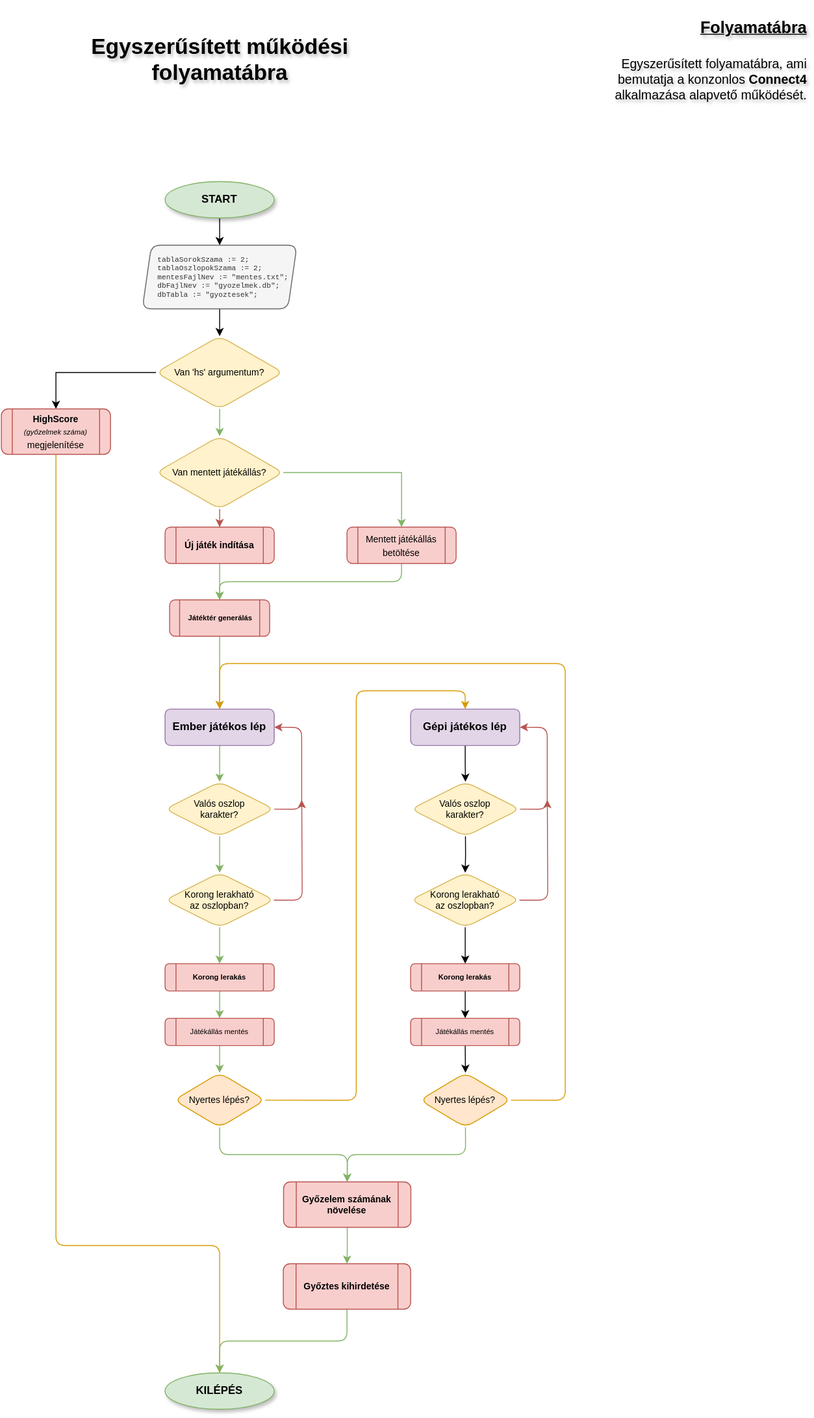
Earlier version of the draw.io export docs/connect4.svg (ozs-nye/connect4). Source tidied: cells renumbered, new cells last; positions are measured from the earlier drawing's top-left corner, leaving out a move shared by most shapes.
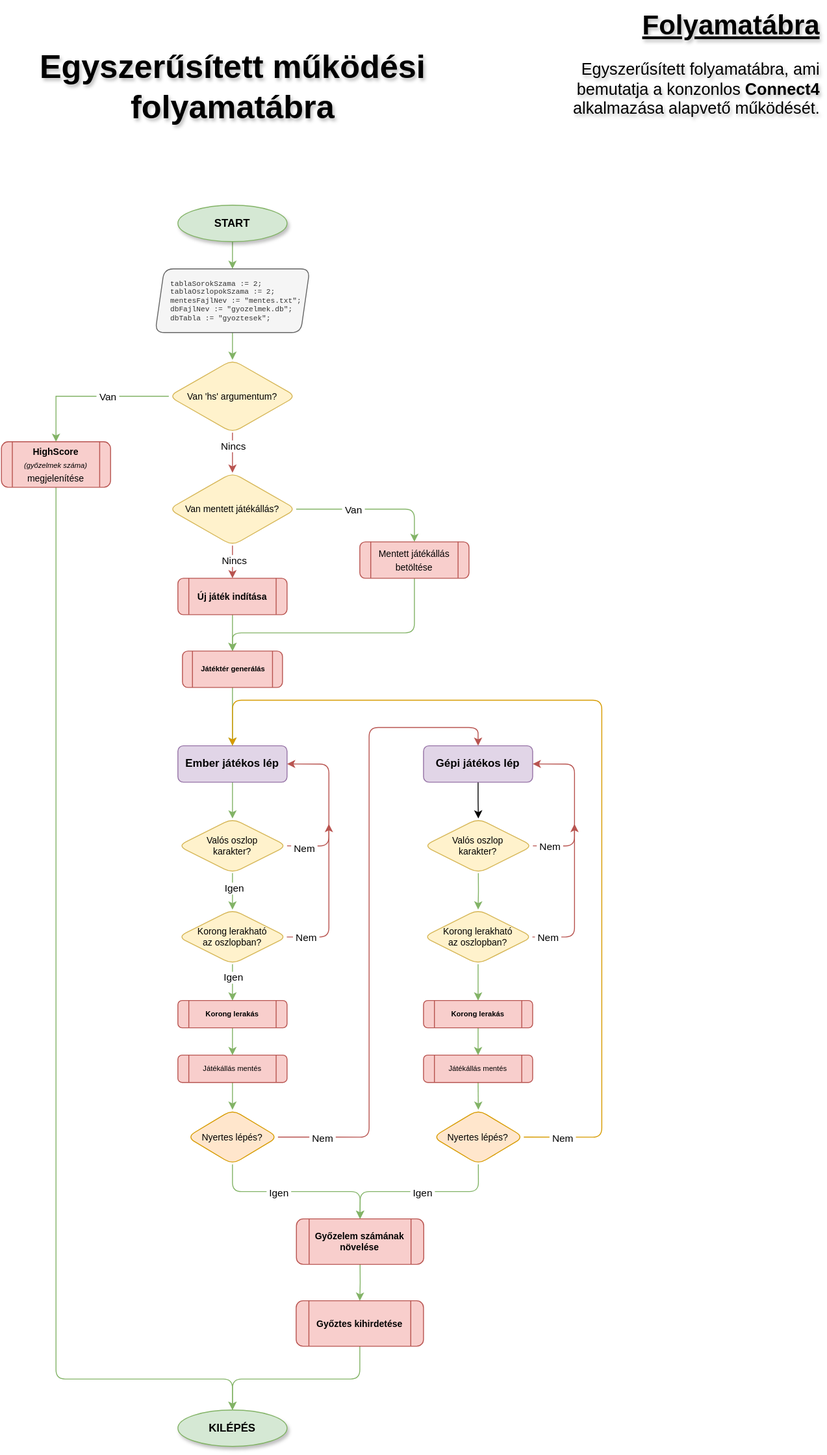
The same diagram one commit later.

Commit message:
működési ábra frissítés

The edit, as a diff of the source:
```diff
@@ -4,3 +4,3 @@
     <mxCell id="1" parent="0" />
-    <mxCell id="2" style="edgeStyle=orthogonalEdgeStyle;rounded=0;jettySize=auto;html=1;entryX=0.5;entryY=0;entryDx=0;entryDy=0;" parent="1" edge="1" source="3" target="5">
+    <mxCell id="2" style="edgeStyle=orthogonalEdgeStyle;rounded=0;jettySize=auto;html=1;entryX=0.5;entryY=0;entryDx=0;entryDy=0;fillColor=#d5e8d4;strokeColor=#82b366;" parent="1" edge="1" source="3" target="5">
       <mxGeometry relative="1" as="geometry" />
@@ -8,5 +8,5 @@
     <mxCell id="3" value="START" style="ellipse;whiteSpace=wrap;html=1;fontStyle=1;fillColor=#d5e8d4;strokeColor=#82b366;shadow=1;" parent="1" vertex="1">
-      <mxGeometry x="180" y="194" width="120" height="40" as="geometry" />
+      <mxGeometry x="180" y="180" width="120" height="40" as="geometry" />
     </mxCell>
-    <mxCell id="4" style="edgeStyle=orthogonalEdgeStyle;rounded=0;jettySize=auto;html=1;entryX=0.5;entryY=0;entryDx=0;entryDy=0;" parent="1" edge="1" source="5" target="8">
+    <mxCell id="4" style="edgeStyle=orthogonalEdgeStyle;rounded=0;jettySize=auto;html=1;entryX=0.5;entryY=0;entryDx=0;entryDy=0;fillColor=#d5e8d4;strokeColor=#82b366;" parent="1" edge="1" source="5" target="8">
       <mxGeometry relative="1" as="geometry" />
@@ -14,18 +14,26 @@
     <mxCell id="5" value="&lt;pre style=&quot;font-size: 8px; padding-left: 15px;&quot;&gt;&lt;font style=&quot;font-size: 8px;&quot; face=&quot;Courier New&quot;&gt;&lt;font style=&quot;font-size: 8px;&quot;&gt;tablaSorokSzama :&lt;span style=&quot;background-color: initial; font-size: 8px;&quot;&gt;&lt;span style=&quot;font-size: 8px;&quot;&gt;= 2;&lt;br style=&quot;font-size: 8px;&quot;&gt;&lt;/span&gt;&lt;/span&gt;&lt;/font&gt;&lt;span style=&quot;background-color: initial; font-size: 8px;&quot;&gt;tablaOszlopokSzama := 2;&lt;br style=&quot;font-size: 8px;&quot;&gt;&lt;/span&gt;&lt;span style=&quot;background-color: initial; font-size: 8px;&quot;&gt;mentesFajlNev := &quot;mentes.txt&quot;;&lt;br style=&quot;font-size: 8px;&quot;&gt;&lt;/span&gt;&lt;span style=&quot;background-color: initial; font-size: 8px;&quot;&gt;&lt;font style=&quot;font-size: 8px;&quot;&gt;dbFajlNev := &quot;gyozelmek.db&quot;;&lt;/font&gt;&lt;span style=&quot;font-size: 8px;&quot;&gt;&lt;br style=&quot;font-size: 8px;&quot;&gt;&lt;/span&gt;&lt;/span&gt;&lt;span style=&quot;background-color: initial; font-size: 8px;&quot;&gt;dbTabla := &quot;gyoztesek&quot;;&lt;/span&gt;&lt;/font&gt;&lt;/pre&gt;" style="shape=parallelogram;perimeter=parallelogramPerimeter;whiteSpace=wrap;html=1;fixedSize=1;rounded=1;align=left;size=10;fontSize=8;fillColor=#f5f5f5;fontColor=#333333;strokeColor=#666666;" parent="1" vertex="1">
-      <mxGeometry x="155" y="264" width="170" height="70" as="geometry" />
+      <mxGeometry x="155" y="250" width="170" height="70" as="geometry" />
     </mxCell>
-    <mxCell id="6" style="edgeStyle=orthogonalEdgeStyle;rounded=0;jettySize=auto;html=1;entryX=0.5;entryY=0;entryDx=0;entryDy=0;" parent="1" edge="1" source="8" target="10">
+    <mxCell id="6" style="edgeStyle=orthogonalEdgeStyle;rounded=0;jettySize=auto;html=1;entryX=0.5;entryY=0;entryDx=0;entryDy=0;fillColor=#d5e8d4;strokeColor=#82b366;" parent="1" edge="1" source="8" target="10">
       <mxGeometry relative="1" as="geometry" />
     </mxCell>
+    <mxCell id="57" value="&amp;nbsp;Van&amp;nbsp;" style="edgeLabel;html=1;align=center;verticalAlign=middle;" parent="6" vertex="1">
+      <mxGeometry x="-0.21" relative="1" as="geometry" />
+    </mxCell>
-    <mxCell id="7" style="edgeStyle=orthogonalEdgeStyle;rounded=0;jettySize=auto;html=1;fillColor=#d5e8d4;strokeColor=#82b366;" parent="1" edge="1" source="8" target="13">
+    <mxCell id="7" style="edgeStyle=orthogonalEdgeStyle;rounded=0;jettySize=auto;html=1;fillColor=#f8cecc;strokeColor=#b85450;" parent="1" edge="1" source="8" target="13">
       <mxGeometry relative="1" as="geometry" />
     </mxCell>
+    <mxCell id="58" value="Nincs" style="edgeLabel;html=1;align=center;verticalAlign=middle;" parent="7" vertex="1">
+      <mxGeometry x="-0.72" relative="1" as="geometry">
+        <mxPoint y="8" as="offset" />
+      </mxGeometry>
+    </mxCell>
     <mxCell id="8" value="&lt;font style=&quot;font-size: 10px;&quot;&gt;Van 'hs' argumentum&lt;span style=&quot;background-color: initial;&quot;&gt;?&lt;/span&gt;&lt;/font&gt;" style="rhombus;whiteSpace=wrap;html=1;rounded=1;fillColor=#fff2cc;strokeColor=#d6b656;" parent="1" vertex="1">
-      <mxGeometry x="170" y="364" width="140" height="80" as="geometry" />
+      <mxGeometry x="170" y="350" width="140" height="80" as="geometry" />
     </mxCell>
-    <mxCell id="9" style="edgeStyle=orthogonalEdgeStyle;rounded=1;jettySize=auto;html=1;exitX=0.5;exitY=1;exitDx=0;exitDy=0;entryX=0.5;entryY=0;entryDx=0;entryDy=0;curved=0;fillColor=#ffe6cc;strokeColor=#d79b00;" parent="1" edge="1" source="10" target="53">
+    <mxCell id="9" style="edgeStyle=orthogonalEdgeStyle;rounded=1;jettySize=auto;html=1;exitX=0.5;exitY=1;exitDx=0;exitDy=0;entryX=0.5;entryY=0;entryDx=0;entryDy=0;fillColor=#d5e8d4;strokeColor=#82b366;curved=0;" parent="1" edge="1" source="10" target="53">
       <mxGeometry relative="1" as="geometry">
         <Array as="points">
-          <mxPoint x="60" y="1364" />
-          <mxPoint x="240" y="1364" />
+          <mxPoint x="46" y="1470" />
+          <mxPoint x="240" y="1470" />
         </Array>
@@ -34,3 +42,3 @@
     <mxCell id="10" value="&lt;font style=&quot;&quot;&gt;&lt;span style=&quot;font-size: 10px;&quot;&gt;&lt;b&gt;HighScore&lt;/b&gt;&lt;br&gt;&lt;/span&gt;&lt;i style=&quot;&quot;&gt;&lt;font style=&quot;font-size: 8px;&quot;&gt;(győzelmek száma) &lt;/font&gt;&lt;/i&gt;&lt;span style=&quot;font-size: 10px;&quot;&gt;megjelenítése&lt;/span&gt;&lt;/font&gt;" style="shape=process;whiteSpace=wrap;html=1;backgroundOutline=1;rounded=1;fontStyle=0;fillColor=#f8cecc;strokeColor=#b85450;" parent="1" vertex="1">
-      <mxGeometry y="444" width="120" height="50" as="geometry" />
+      <mxGeometry x="-14" y="440" width="120" height="50" as="geometry" />
     </mxCell>
@@ -39,5 +47,11 @@
     </mxCell>
+    <mxCell id="59" value="Nincs" style="edgeLabel;html=1;align=center;verticalAlign=middle;" parent="11" vertex="1">
+      <mxGeometry x="0.08" y="1" relative="1" as="geometry" />
+    </mxCell>
-    <mxCell id="12" style="edgeStyle=orthogonalEdgeStyle;rounded=0;jettySize=auto;html=1;entryX=0.5;entryY=0;entryDx=0;entryDy=0;fillColor=#d5e8d4;strokeColor=#82b366;" parent="1" edge="1" source="13" target="17">
+    <mxCell id="12" style="edgeStyle=orthogonalEdgeStyle;rounded=1;jettySize=auto;html=1;entryX=0.5;entryY=0;entryDx=0;entryDy=0;fillColor=#d5e8d4;strokeColor=#82b366;curved=0;" parent="1" edge="1" source="13" target="17">
       <mxGeometry relative="1" as="geometry" />
     </mxCell>
+    <mxCell id="60" value="&amp;nbsp;Van&amp;nbsp;" style="edgeLabel;html=1;align=center;verticalAlign=middle;" parent="12" vertex="1">
+      <mxGeometry x="-0.26" relative="1" as="geometry" />
+    </mxCell>
     <mxCell id="13" value="&lt;font style=&quot;font-size: 10px;&quot;&gt;Van mentett játékállás?&lt;/font&gt;" style="rhombus;whiteSpace=wrap;html=1;rounded=1;fontSize=10;fillColor=#fff2cc;strokeColor=#d6b656;" parent="1" vertex="1">
@@ -49,3 +63,3 @@
     <mxCell id="15" value="&lt;font style=&quot;font-size: 10px;&quot;&gt;&lt;b&gt;Új játék indítása&lt;/b&gt;&lt;/font&gt;" style="shape=process;whiteSpace=wrap;html=1;backgroundOutline=1;rounded=1;glass=0;fillColor=#f8cecc;strokeColor=#b85450;" parent="1" vertex="1">
-      <mxGeometry x="180" y="574" width="120" height="40" as="geometry" />
+      <mxGeometry x="180" y="590" width="120" height="40" as="geometry" />
     </mxCell>
@@ -54,4 +68,4 @@
         <Array as="points">
-          <mxPoint x="440" y="634" />
-          <mxPoint x="240" y="634" />
+          <mxPoint x="440" y="650" />
+          <mxPoint x="240" y="650" />
         </Array>
@@ -60,3 +74,3 @@
     <mxCell id="17" value="&lt;font style=&quot;font-size: 10px;&quot;&gt;Mentett játékállás betöltése&lt;/font&gt;" style="shape=process;whiteSpace=wrap;html=1;backgroundOutline=1;rounded=1;fontStyle=0;fillColor=#f8cecc;strokeColor=#b85450;" parent="1" vertex="1">
-      <mxGeometry x="380" y="574" width="120" height="40" as="geometry" />
+      <mxGeometry x="380" y="550" width="120" height="40" as="geometry" />
     </mxCell>
@@ -71,2 +85,5 @@
     </mxCell>
+    <mxCell id="61" value="Igen" style="edgeLabel;html=1;align=center;verticalAlign=middle;" parent="20" vertex="1">
+      <mxGeometry x="-0.23" y="1" relative="1" as="geometry" />
+    </mxCell>
     <mxCell id="21" style="edgeStyle=orthogonalEdgeStyle;rounded=1;jettySize=auto;html=1;exitX=1;exitY=0.5;exitDx=0;exitDy=0;entryX=1;entryY=0.5;entryDx=0;entryDy=0;curved=0;fillColor=#f8cecc;strokeColor=#b85450;" parent="1" edge="1" source="22" target="19">
@@ -74,4 +91,4 @@
         <Array as="points">
-          <mxPoint x="330.3" y="884.1" />
-          <mxPoint x="330.3" y="794.1" />
+          <mxPoint x="346" y="884" />
+          <mxPoint x="346" y="794" />
         </Array>
@@ -79,2 +96,5 @@
     </mxCell>
+    <mxCell id="62" value="&amp;nbsp;Nem&amp;nbsp;" style="edgeLabel;html=1;align=center;verticalAlign=middle;" parent="21" vertex="1">
+      <mxGeometry x="-0.8" y="-2" relative="1" as="geometry" />
+    </mxCell>
     <mxCell id="22" value="&lt;font style=&quot;font-size: 10px;&quot;&gt;Valós oszlop&lt;br style=&quot;font-size: 10px;&quot;&gt;karakter?&lt;/font&gt;" style="rhombus;whiteSpace=wrap;html=1;rounded=1;fontSize=10;fillColor=#fff2cc;strokeColor=#d6b656;" parent="1" vertex="1">
@@ -85,7 +105,17 @@
     </mxCell>
+    <mxCell id="63" value="Igen" style="edgeLabel;html=1;align=center;verticalAlign=middle;" parent="23" vertex="1">
+      <mxGeometry x="-0.32" relative="1" as="geometry" />
+    </mxCell>
     <mxCell id="24" style="edgeStyle=orthogonalEdgeStyle;rounded=1;jettySize=auto;html=1;curved=0;fillColor=#f8cecc;strokeColor=#b85450;" parent="1" edge="1" source="25">
       <mxGeometry relative="1" as="geometry">
-        <mxPoint x="330.3" y="874.1" as="targetPoint" />
+        <mxPoint x="346" y="860" as="targetPoint" />
+        <Array as="points">
+          <mxPoint x="346" y="984" />
+          <mxPoint x="346" y="874" />
+        </Array>
       </mxGeometry>
     </mxCell>
+    <mxCell id="64" value="&amp;nbsp;Nem&amp;nbsp;" style="edgeLabel;html=1;align=center;verticalAlign=middle;" parent="24" vertex="1">
+      <mxGeometry x="-0.78" relative="1" as="geometry" />
+    </mxCell>
     <mxCell id="25" value="&lt;font style=&quot;font-size: 10px;&quot;&gt;Korong lerakható&lt;br style=&quot;font-size: 10px;&quot;&gt;az oszlopban?&lt;/font&gt;" style="rhombus;whiteSpace=wrap;html=1;rounded=1;labelPadding=0;direction=east;fontSize=10;fillColor=#fff2cc;strokeColor=#d6b656;" parent="1" vertex="1">
@@ -97,3 +127,3 @@
     <mxCell id="27" value="&lt;font style=&quot;font-size: 8px;&quot;&gt;&lt;b style=&quot;font-size: 8px;&quot;&gt;Játéktér generálás&lt;/b&gt;&lt;/font&gt;" style="shape=process;whiteSpace=wrap;html=1;backgroundOutline=1;rounded=1;glass=0;fontSize=8;fillColor=#f8cecc;strokeColor=#b85450;" parent="1" vertex="1">
-      <mxGeometry x="185" y="654" width="110" height="40" as="geometry" />
+      <mxGeometry x="185" y="670" width="110" height="40" as="geometry" />
     </mxCell>
@@ -108,3 +138,6 @@
     </mxCell>
+    <mxCell id="65" value="&amp;nbsp;Igen&amp;nbsp;" style="edgeLabel;html=1;align=center;verticalAlign=middle;" parent="30" vertex="1">
+      <mxGeometry x="-0.2" y="-1" relative="1" as="geometry" />
+    </mxCell>
-    <mxCell id="31" style="edgeStyle=orthogonalEdgeStyle;rounded=1;jettySize=auto;html=1;exitX=1;exitY=0.5;exitDx=0;exitDy=0;entryX=0.5;entryY=0;entryDx=0;entryDy=0;curved=0;strokeColor=#d79b00;fillColor=#ffe6cc;" parent="1" edge="1" source="32" target="36">
+    <mxCell id="31" style="edgeStyle=orthogonalEdgeStyle;rounded=1;jettySize=auto;html=1;exitX=1;exitY=0.5;exitDx=0;exitDy=0;entryX=0.5;entryY=0;entryDx=0;entryDy=0;curved=0;strokeColor=#b85450;fillColor=#f8cecc;" parent="1" edge="1" source="32" target="36">
       <mxGeometry relative="1" as="geometry">
@@ -117,2 +150,5 @@
     </mxCell>
+    <mxCell id="66" value="&amp;nbsp;Nem&amp;nbsp;" style="edgeLabel;html=1;align=center;verticalAlign=middle;" parent="31" vertex="1">
+      <mxGeometry x="-0.86" y="-1" relative="1" as="geometry" />
+    </mxCell>
     <mxCell id="32" value="Nyertes lépés?" style="rhombus;whiteSpace=wrap;html=1;rounded=1;fontSize=10;fillColor=#ffe6cc;strokeColor=#d79b00;" parent="1" vertex="1">
@@ -132,3 +168,3 @@
     </mxCell>
-    <mxCell id="37" style="edgeStyle=orthogonalEdgeStyle;rounded=0;jettySize=auto;html=1;exitX=0.5;exitY=1;exitDx=0;exitDy=0;entryX=0.5;entryY=0;entryDx=0;entryDy=0;" parent="1" edge="1" source="38" target="41">
+    <mxCell id="37" style="edgeStyle=orthogonalEdgeStyle;rounded=0;jettySize=auto;html=1;exitX=0.5;exitY=1;exitDx=0;exitDy=0;entryX=0.5;entryY=0;entryDx=0;entryDy=0;fillColor=#d5e8d4;strokeColor=#82b366;" parent="1" edge="1" source="38" target="41">
       <mxGeometry relative="1" as="geometry" />
@@ -138,3 +174,3 @@
     </mxCell>
-    <mxCell id="39" style="edgeStyle=orthogonalEdgeStyle;rounded=0;jettySize=auto;html=1;exitX=0.5;exitY=1;exitDx=0;exitDy=0;entryX=0.5;entryY=0;entryDx=0;entryDy=0;" parent="1" edge="1" source="41" target="43">
+    <mxCell id="39" style="edgeStyle=orthogonalEdgeStyle;rounded=0;jettySize=auto;html=1;exitX=0.5;exitY=1;exitDx=0;exitDy=0;entryX=0.5;entryY=0;entryDx=0;entryDy=0;fillColor=#d5e8d4;strokeColor=#82b366;" parent="1" edge="1" source="41" target="43">
       <mxGeometry relative="1" as="geometry" />
@@ -143,5 +179,13 @@
       <mxGeometry relative="1" as="geometry">
-        <mxPoint x="600.3" y="874.1" as="targetPoint" />
+        <mxPoint x="616" y="860" as="targetPoint" />
+        <Array as="points">
+          <mxPoint x="616" y="984" />
+        </Array>
       </mxGeometry>
     </mxCell>
+    <mxCell id="67" value="&amp;nbsp;Nem&amp;nbsp;" style="edgeLabel;html=1;align=center;verticalAlign=middle;" parent="40" vertex="1">
+      <mxGeometry x="-0.71" y="-1" relative="1" as="geometry">
+        <mxPoint x="-8" y="-1" as="offset" />
+      </mxGeometry>
+    </mxCell>
     <mxCell id="41" value="&lt;font style=&quot;font-size: 10px;&quot;&gt;Korong lerakható&lt;br style=&quot;font-size: 10px;&quot;&gt;az oszlopban?&lt;/font&gt;" style="rhombus;whiteSpace=wrap;html=1;rounded=1;labelPadding=0;direction=east;fontSize=10;fillColor=#fff2cc;strokeColor=#d6b656;" parent="1" vertex="1">
@@ -149,3 +193,3 @@
     </mxCell>
-    <mxCell id="42" style="edgeStyle=orthogonalEdgeStyle;rounded=0;jettySize=auto;html=1;exitX=0.5;exitY=1;exitDx=0;exitDy=0;entryX=0.5;entryY=0;entryDx=0;entryDy=0;" parent="1" edge="1" source="43" target="48">
+    <mxCell id="42" style="edgeStyle=orthogonalEdgeStyle;rounded=0;jettySize=auto;html=1;exitX=0.5;exitY=1;exitDx=0;exitDy=0;entryX=0.5;entryY=0;entryDx=0;entryDy=0;fillColor=#d5e8d4;strokeColor=#82b366;" parent="1" edge="1" source="43" target="48">
       <mxGeometry relative="1" as="geometry" />
@@ -158,2 +202,5 @@
     </mxCell>
+    <mxCell id="68" value="&amp;nbsp;Igen&amp;nbsp;" style="edgeLabel;html=1;align=center;verticalAlign=middle;" parent="44" vertex="1">
+      <mxGeometry x="-0.03" y="1" relative="1" as="geometry" />
+    </mxCell>
     <mxCell id="45" style="edgeStyle=orthogonalEdgeStyle;rounded=1;jettySize=auto;html=1;exitX=1;exitY=0.5;exitDx=0;exitDy=0;entryX=0.5;entryY=0;entryDx=0;entryDy=0;curved=0;strokeColor=#d79b00;fillColor=#ffe6cc;" parent="1" edge="1" source="46" target="19">
@@ -161,4 +208,4 @@
         <Array as="points">
-          <mxPoint x="620" y="1204" />
-          <mxPoint x="620" y="724" />
+          <mxPoint x="646" y="1204" />
+          <mxPoint x="646" y="724" />
           <mxPoint x="240" y="724" />
@@ -167,2 +214,5 @@
     </mxCell>
+    <mxCell id="69" value="&amp;nbsp;Nem&amp;nbsp;" style="edgeLabel;html=1;align=center;verticalAlign=middle;" parent="45" vertex="1">
+      <mxGeometry x="-0.92" y="-1" relative="1" as="geometry" />
+    </mxCell>
     <mxCell id="46" value="Nyertes lépés?" style="rhombus;whiteSpace=wrap;html=1;rounded=1;fontSize=10;fillColor=#ffe6cc;strokeColor=#d79b00;" parent="1" vertex="1">
@@ -170,3 +220,3 @@
     </mxCell>
-    <mxCell id="47" style="edgeStyle=orthogonalEdgeStyle;rounded=0;jettySize=auto;html=1;exitX=0.5;exitY=1;exitDx=0;exitDy=0;entryX=0.5;entryY=0;entryDx=0;entryDy=0;" parent="1" edge="1" source="48" target="46">
+    <mxCell id="47" style="edgeStyle=orthogonalEdgeStyle;rounded=0;jettySize=auto;html=1;exitX=0.5;exitY=1;exitDx=0;exitDy=0;entryX=0.5;entryY=0;entryDx=0;entryDy=0;fillColor=#d5e8d4;strokeColor=#82b366;" parent="1" edge="1" source="48" target="46">
       <mxGeometry relative="1" as="geometry" />
@@ -183,3 +233,8 @@
     <mxCell id="51" style="edgeStyle=orthogonalEdgeStyle;rounded=1;jettySize=auto;html=1;exitX=0.5;exitY=1;exitDx=0;exitDy=0;entryX=0.5;entryY=0;entryDx=0;entryDy=0;curved=0;fillColor=#d5e8d4;strokeColor=#82b366;" parent="1" edge="1" source="52" target="53">
-      <mxGeometry relative="1" as="geometry" />
+      <mxGeometry relative="1" as="geometry">
+        <Array as="points">
+          <mxPoint x="380" y="1470" />
+          <mxPoint x="240" y="1470" />
+        </Array>
+      </mxGeometry>
     </mxCell>
@@ -194,4 +249,4 @@
         <Array as="points">
-          <mxPoint x="600.3" y="884.1" />
-          <mxPoint x="600.3" y="794.1" />
+          <mxPoint x="616" y="884" />
+          <mxPoint x="616" y="794" />
         </Array>
@@ -199,7 +254,10 @@
     </mxCell>
+    <mxCell id="70" value="&amp;nbsp;Nem&amp;nbsp;" style="edgeLabel;html=1;align=center;verticalAlign=middle;" parent="54" vertex="1">
+      <mxGeometry x="-0.8" relative="1" as="geometry" />
+    </mxCell>
-    <mxCell id="55" value="Egyszerűsített működési folyamatábra" style="text;html=1;align=center;verticalAlign=middle;whiteSpace=wrap;rounded=0;fillColor=none;labelBorderColor=none;textShadow=1;fontSize=24;fontStyle=1;" parent="1" vertex="1">
-      <mxGeometry x="89.5" width="301" height="120" as="geometry" />
+    <mxCell id="55" value="Egyszerűsített működési folyamatábra" style="text;html=1;align=center;verticalAlign=middle;whiteSpace=wrap;rounded=0;fillColor=none;labelBorderColor=none;textShadow=1;fontSize=36;fontStyle=1;" parent="1" vertex="1">
+      <mxGeometry x="26.8" y="-10" width="426.5" height="120" as="geometry" />
     </mxCell>
-    <mxCell id="56" value="&lt;h1 style=&quot;margin-top: 0px;&quot;&gt;&lt;font style=&quot;&quot; size=&quot;1&quot;&gt;&lt;u style=&quot;font-size: 18px;&quot;&gt;Folyamatábra&lt;/u&gt;&lt;/font&gt;&lt;/h1&gt;&lt;div style=&quot;font-size: 14px;&quot;&gt;Egyszerűsített folyamatábra, ami bemutatja a konzonlos &lt;b&gt;Connect4 &lt;/b&gt;alkalmazása alapvető működését.&lt;/div&gt;" style="text;html=1;whiteSpace=wrap;overflow=hidden;rounded=1;textShadow=1;fontSize=14;labelBorderColor=none;spacingLeft=0;spacingRight=0;spacing=0;strokeColor=none;shadow=1;glass=0;labelPadding=0;shadowOffsetX=2;shadowOffsetY=3;noLabel=0;fillColor=none;align=right;" parent="1" vertex="1">
-      <mxGeometry x="666" width="220" height="112" as="geometry" />
+    <mxCell id="56" value="&lt;h1 style=&quot;margin-top: 0px; font-size: 30px;&quot;&gt;&lt;font style=&quot;font-size: 30px;&quot;&gt;&lt;u style=&quot;&quot;&gt;Folyamatábra&lt;/u&gt;&lt;/font&gt;&lt;/h1&gt;&lt;div style=&quot;font-size: 18px;&quot;&gt;Egyszerűsített folyamatábra, ami bemutatja a konzonlos &lt;b&gt;Connect4 &lt;/b&gt;alkalmazása alapvető működését.&lt;/div&gt;" style="text;html=1;whiteSpace=wrap;overflow=hidden;rounded=1;textShadow=1;fontSize=14;labelBorderColor=none;spacingLeft=0;spacingRight=0;spacing=0;strokeColor=none;shadow=1;glass=0;labelPadding=0;shadowOffsetX=2;shadowOffsetY=3;noLabel=0;fillColor=none;align=right;" parent="1" vertex="1">
+      <mxGeometry x="556" y="-40" width="330" height="130" as="geometry" />
     </mxCell>
```
